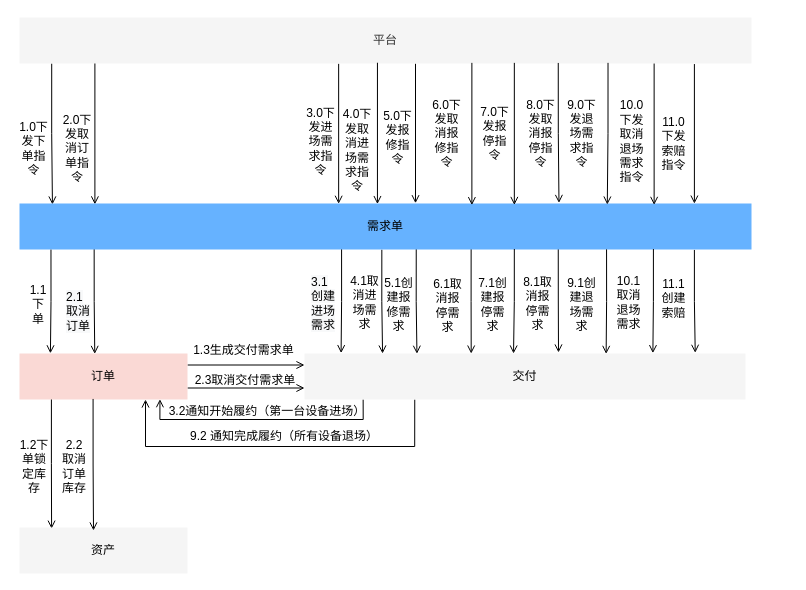
The draw.io diagram page "Copy of Page-29" (31 of 34) of docs/自营重构.drawio in lokiworks/codebase, before the edit. Source tidied: cells renumbered, new cells numbered last; positions are measured from the earlier drawing's top-left corner, leaving out a move shared by most shapes. Both pictures are drawn from the tidied source at 100%, with x=0, y=0 at pixel (17, 17).
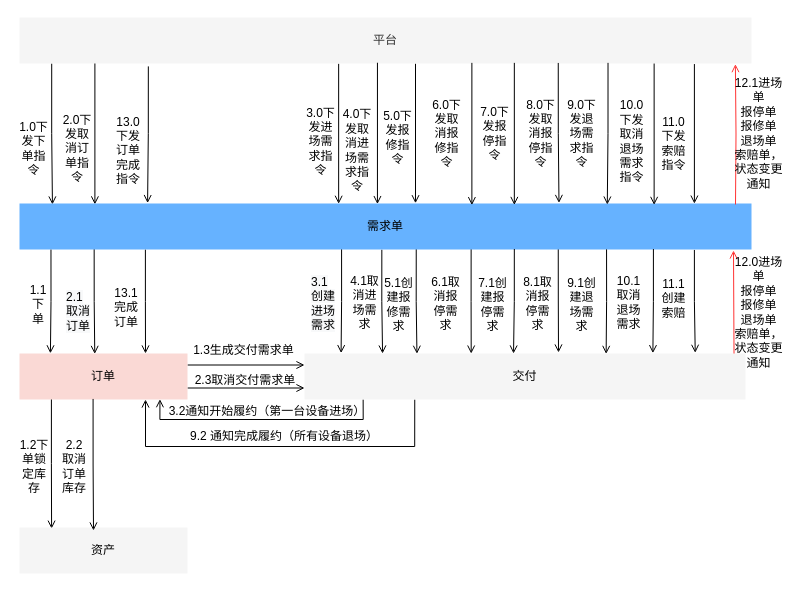
Above is the later version.

The change refers to these unchanged cells:
```xml
<mxCell id="5" value="平台" style="rounded=0;whiteSpace=wrap;html=1;strokeColor=none;fillColor=#f5f5f5;fontColor=#333333;" parent="1" vertex="1">
  <mxGeometry x="2" width="732" height="46" as="geometry" />
</mxCell>
<mxCell id="12" value="&lt;font color=&quot;#000000&quot;&gt;需求单&lt;/font&gt;" style="rounded=0;whiteSpace=wrap;html=1;strokeColor=none;fillColor=#66B2FF;fontColor=#ffffff;" parent="1" vertex="1">
  <mxGeometry x="2" y="186" width="732" height="46" as="geometry" />
</mxCell>
<mxCell id="16" value="&lt;font color=&quot;#000000&quot;&gt;订单&lt;/font&gt;" style="rounded=0;whiteSpace=wrap;html=1;strokeColor=none;fillColor=#fad9d5;" parent="1" vertex="1">
  <mxGeometry x="2" y="336" width="168" height="46" as="geometry" />
</mxCell>
<mxCell id="19" value="&lt;font color=&quot;#000000&quot;&gt;交付&lt;/font&gt;" style="rounded=0;whiteSpace=wrap;html=1;strokeColor=none;fillColor=#f5f5f5;fontColor=#333333;" parent="1" vertex="1">
  <mxGeometry x="287" y="336" width="441" height="46" as="geometry" />
</mxCell>
```

Diff of the diagram source:
```diff
@@
+    <mxCell id="63" style="edgeStyle=orthogonalEdgeStyle;rounded=0;jettySize=auto;html=1;exitX=0.176;exitY=1.063;exitDx=0;exitDy=0;entryX=0.175;entryY=-0.009;entryDx=0;entryDy=0;entryPerimeter=0;fontColor=#000000;startArrow=none;startFill=0;endArrow=open;endFill=0;strokeColor=#000000;exitPerimeter=0;" parent="1" edge="1" source="5" target="12">
+      <mxGeometry relative="1" as="geometry" />
+    </mxCell>
@@
+    <mxCell id="64" style="edgeStyle=orthogonalEdgeStyle;rounded=0;jettySize=auto;html=1;fontColor=#000000;startArrow=none;startFill=0;endArrow=open;endFill=0;exitX=0.974;exitY=0.012;exitDx=0;exitDy=0;exitPerimeter=0;strokeColor=#FF3333;" parent="1" edge="1" source="19">
+      <mxGeometry relative="1" as="geometry">
+        <mxPoint x="716" y="233" as="targetPoint" />
+      </mxGeometry>
+    </mxCell>
@@
     <mxCell id="43" value="6.1取消报停需求" style="text;html=1;strokeColor=none;fillColor=none;align=center;verticalAlign=middle;whiteSpace=wrap;rounded=0;fontColor=#000000;" parent="1" vertex="1">
-      <mxGeometry x="413" y="252" width="35" height="72" as="geometry" />
+      <mxGeometry x="411" y="250" width="35" height="72" as="geometry" />
     </mxCell>
@@
+    <mxCell id="65" style="edgeStyle=orthogonalEdgeStyle;rounded=0;jettySize=auto;html=1;fontColor=#000000;startArrow=none;startFill=0;endArrow=open;endFill=0;entryX=0.978;entryY=1.014;entryDx=0;entryDy=0;entryPerimeter=0;strokeColor=#FF3333;" parent="1" edge="1" target="5">
+      <mxGeometry relative="1" as="geometry">
+        <mxPoint x="718" y="187" as="sourcePoint" />
+      </mxGeometry>
+    </mxCell>
+    <mxCell id="66" value="12.0进场单&lt;br&gt;报停单&lt;br&gt;报修单&lt;br&gt;退场单&lt;br&gt;索赔单，&lt;br&gt;状态变更通知" style="text;html=1;strokeColor=none;fillColor=none;align=center;verticalAlign=middle;whiteSpace=wrap;rounded=0;fontColor=#000000;" parent="1" vertex="1">
+      <mxGeometry x="712" y="237.2" width="59" height="115.5" as="geometry" />
+    </mxCell>
+    <mxCell id="67" value="12.1进场单&lt;br&gt;报停单&lt;br&gt;报修单&lt;br&gt;退场单&lt;br&gt;索赔单，&lt;br&gt;状态变更通知" style="text;html=1;strokeColor=none;fillColor=none;align=center;verticalAlign=middle;whiteSpace=wrap;rounded=0;fontColor=#000000;" parent="1" vertex="1">
+      <mxGeometry x="712" y="57.8" width="59" height="115.5" as="geometry" />
+    </mxCell>
+    <mxCell id="68" value="13.0下发订单完成指令" style="text;html=1;strokeColor=none;fillColor=none;align=center;verticalAlign=middle;whiteSpace=wrap;rounded=0;fontColor=#000000;" parent="1" vertex="1">
+      <mxGeometry x="94" y="110.5" width="34" height="44" as="geometry" />
+    </mxCell>
+    <mxCell id="69" style="edgeStyle=orthogonalEdgeStyle;rounded=0;jettySize=auto;html=1;entryX=0.75;entryY=0;entryDx=0;entryDy=0;fontColor=#000000;startArrow=none;startFill=0;endArrow=open;endFill=0;strokeColor=#000000;exitX=0.172;exitY=1.005;exitDx=0;exitDy=0;exitPerimeter=0;" parent="1" edge="1" source="12" target="16">
+      <mxGeometry relative="1" as="geometry" />
+    </mxCell>
+    <mxCell id="70" value="13.1完成&lt;br&gt;订单" style="text;html=1;strokeColor=none;fillColor=none;align=center;verticalAlign=middle;whiteSpace=wrap;rounded=0;fontColor=#000000;" parent="1" vertex="1">
+      <mxGeometry x="92" y="268" width="34" height="44" as="geometry" />
+    </mxCell>
```
